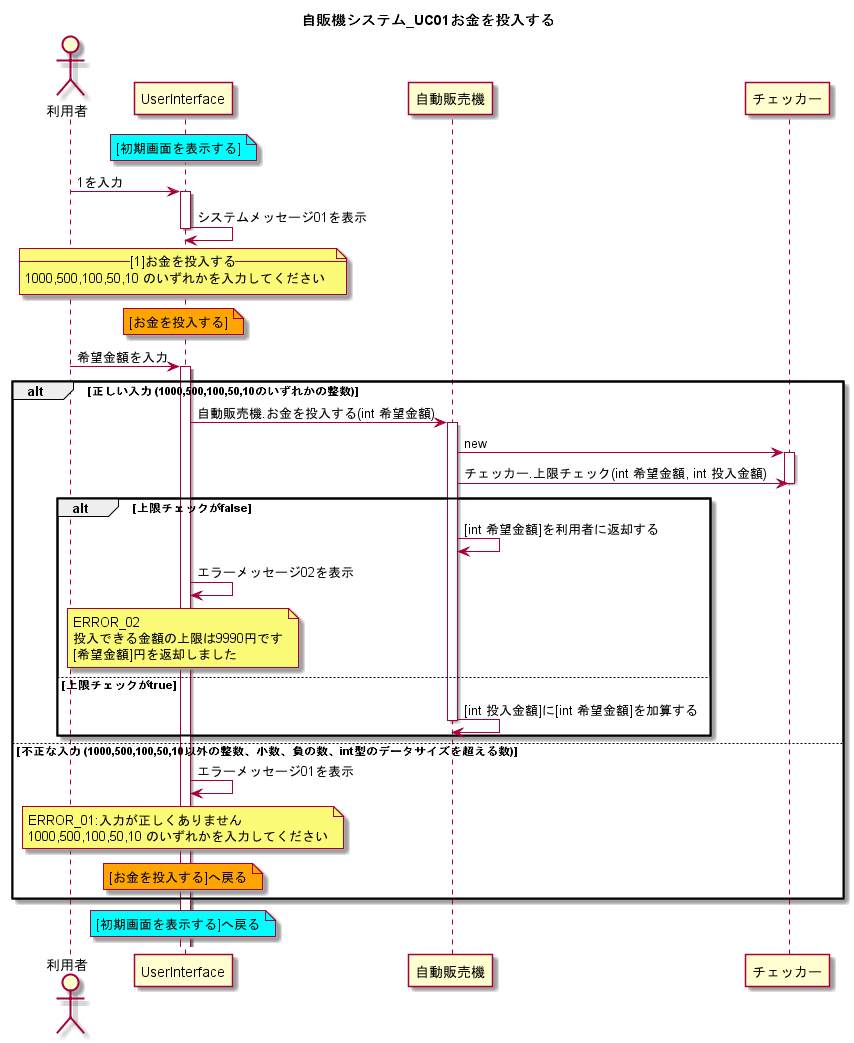
Earlier version of the PlantUML export UML_class_sequence/自販機システム_UC01お金を投入する.png (W-Nakayama-24/VendingMachine_CUI).
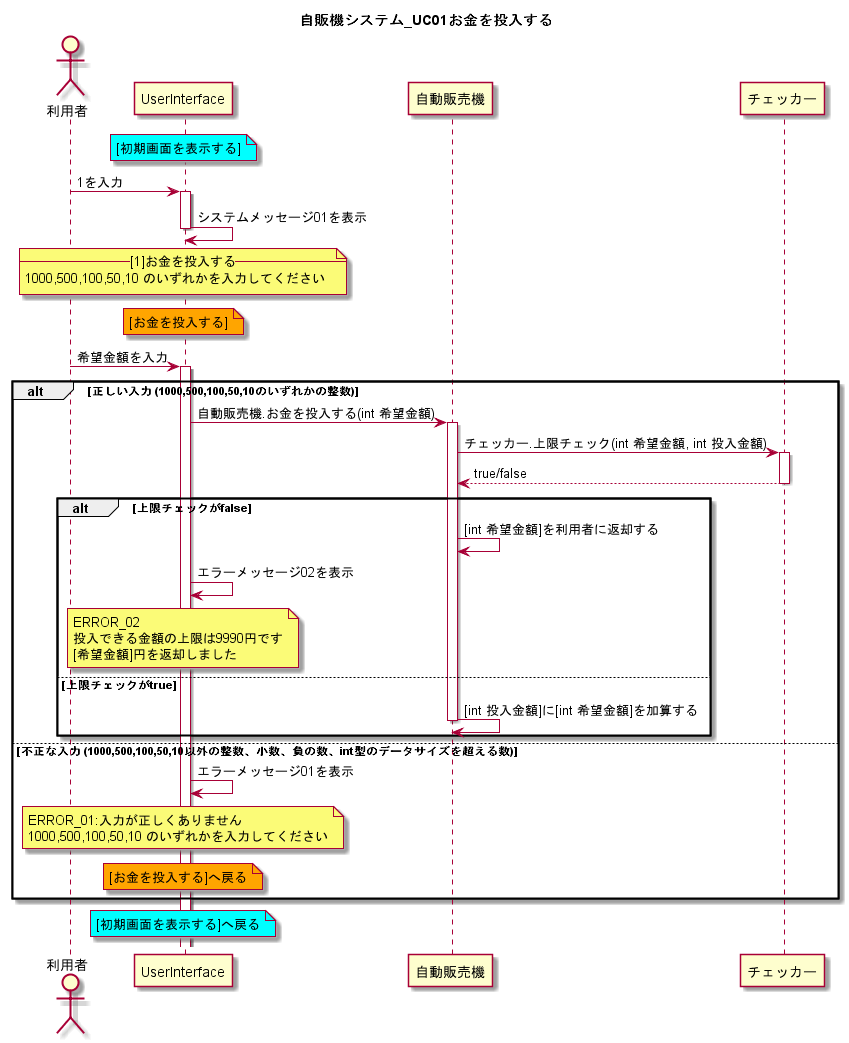
After the change.

Change to the diagram source:
```diff
@@ -28,10 +28,11 @@
 
 UserInterface -> 自動販売機 : 自動販売機.お金を投入する(int 希望金額)
 activate 自動販売機
-自動販売機 -> チェッカー : new
-activate チェッカー
+
 
 自動販売機 -> チェッカー : チェッカー.上限チェック(int 希望金額, int 投入金額)
+activate チェッカー
+自動販売機 <-- チェッカー : true/false
 deactivate チェッカー
 
 alt 上限チェックがfalse
```
